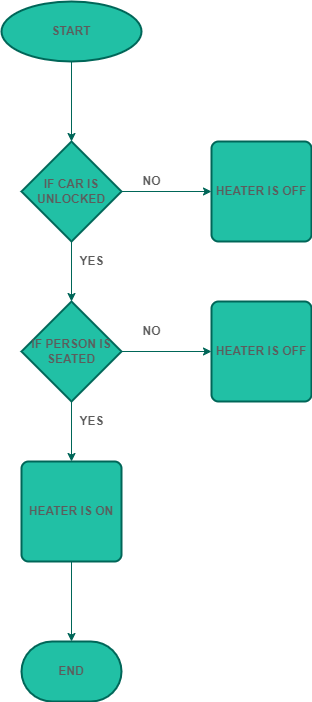
This is Untitled Diagram.drawio.png from Varsha-5/M2_Project_2022, a draw.io export, as it was before one commit. Source tidied: cells renumbered, new cells last; positions are measured from the earlier drawing's top-left corner, leaving out a move shared by most shapes. Source of this version:
```xml
<mxGraphModel>
  <root>
    <mxCell id="0" />
    <mxCell id="1" parent="0" />
    <mxCell id="2" style="edgeStyle=orthogonalEdgeStyle;rounded=0;jettySize=auto;html=1;strokeColor=#006658;fontColor=#5C5C5C;" parent="1" edge="1" source="3">
      <mxGeometry relative="1" as="geometry">
        <mxPoint x="70" y="140" as="targetPoint" />
      </mxGeometry>
    </mxCell>
    <mxCell id="3" value="START" style="strokeWidth=2;html=1;shape=mxgraph.flowchart.start_1;whiteSpace=wrap;fontStyle=1;fillColor=#21C0A5;strokeColor=#006658;fontColor=#5C5C5C;" parent="1" vertex="1">
      <mxGeometry width="140" height="60" as="geometry" />
    </mxCell>
    <mxCell id="4" style="edgeStyle=orthogonalEdgeStyle;rounded=0;jettySize=auto;html=1;strokeColor=#006658;fontColor=#5C5C5C;" parent="1" edge="1" source="6">
      <mxGeometry relative="1" as="geometry">
        <mxPoint x="210" y="190" as="targetPoint" />
      </mxGeometry>
    </mxCell>
    <mxCell id="5" style="edgeStyle=orthogonalEdgeStyle;rounded=0;jettySize=auto;html=1;exitX=0.5;exitY=1;exitDx=0;exitDy=0;exitPerimeter=0;strokeColor=#006658;fontColor=#5C5C5C;" parent="1" edge="1" source="6">
      <mxGeometry relative="1" as="geometry">
        <mxPoint x="70" y="300" as="targetPoint" />
      </mxGeometry>
    </mxCell>
    <mxCell id="6" value="IF CAR IS UNLOCKED" style="strokeWidth=2;html=1;shape=mxgraph.flowchart.decision;whiteSpace=wrap;fontStyle=1;fillColor=#21C0A5;strokeColor=#006658;fontColor=#5C5C5C;" parent="1" vertex="1">
      <mxGeometry x="20" y="140" width="100" height="100" as="geometry" />
    </mxCell>
    <mxCell id="7" style="edgeStyle=orthogonalEdgeStyle;rounded=0;jettySize=auto;html=1;exitX=1;exitY=0.5;exitDx=0;exitDy=0;exitPerimeter=0;strokeColor=#006658;fontColor=#5C5C5C;" parent="1" edge="1" source="9">
      <mxGeometry relative="1" as="geometry">
        <mxPoint x="210" y="350" as="targetPoint" />
      </mxGeometry>
    </mxCell>
    <mxCell id="8" style="edgeStyle=orthogonalEdgeStyle;rounded=0;jettySize=auto;html=1;exitX=0.5;exitY=1;exitDx=0;exitDy=0;exitPerimeter=0;strokeColor=#006658;fontColor=#5C5C5C;" parent="1" edge="1" source="9">
      <mxGeometry relative="1" as="geometry">
        <mxPoint x="70" y="460" as="targetPoint" />
      </mxGeometry>
    </mxCell>
    <mxCell id="9" value="IF PERSON IS SEATED" style="strokeWidth=2;html=1;shape=mxgraph.flowchart.decision;whiteSpace=wrap;fontStyle=1;fillColor=#21C0A5;strokeColor=#006658;fontColor=#5C5C5C;" parent="1" vertex="1">
      <mxGeometry x="20" y="300" width="100" height="100" as="geometry" />
    </mxCell>
    <mxCell id="10" style="edgeStyle=orthogonalEdgeStyle;rounded=0;jettySize=auto;html=1;exitX=0.5;exitY=1;exitDx=0;exitDy=0;entryX=0.5;entryY=0;entryDx=0;entryDy=0;entryPerimeter=0;strokeColor=#006658;fontColor=#5C5C5C;" parent="1" edge="1" source="11" target="14">
      <mxGeometry relative="1" as="geometry" />
    </mxCell>
    <mxCell id="11" value="HEATER IS ON" style="rounded=1;whiteSpace=wrap;html=1;absoluteArcSize=1;arcSize=14;strokeWidth=2;fontStyle=1;fillColor=#21C0A5;strokeColor=#006658;fontColor=#5C5C5C;" parent="1" vertex="1">
      <mxGeometry x="20" y="460" width="100" height="100" as="geometry" />
    </mxCell>
    <mxCell id="12" value="HEATER IS OFF" style="rounded=1;whiteSpace=wrap;html=1;absoluteArcSize=1;arcSize=14;strokeWidth=2;fontStyle=1;fillColor=#21C0A5;strokeColor=#006658;fontColor=#5C5C5C;" parent="1" vertex="1">
      <mxGeometry x="210" y="140" width="100" height="100" as="geometry" />
    </mxCell>
    <mxCell id="13" value="HEATER IS OFF" style="rounded=1;whiteSpace=wrap;html=1;absoluteArcSize=1;arcSize=14;strokeWidth=2;fontStyle=1;fillColor=#21C0A5;strokeColor=#006658;fontColor=#5C5C5C;" parent="1" vertex="1">
      <mxGeometry x="210" y="300" width="100" height="100" as="geometry" />
    </mxCell>
    <mxCell id="14" value="END" style="strokeWidth=2;html=1;shape=mxgraph.flowchart.terminator;whiteSpace=wrap;fontStyle=1;fillColor=#21C0A5;strokeColor=#006658;fontColor=#5C5C5C;" parent="1" vertex="1">
      <mxGeometry x="20" y="640" width="100" height="60" as="geometry" />
    </mxCell>
    <mxCell id="15" value="NO" style="text;html=1;align=center;verticalAlign=middle;strokeColor=none;fillColor=none;fontStyle=1;fontColor=#5C5C5C;" parent="1" vertex="1">
      <mxGeometry x="135" y="170" width="30" height="20" as="geometry" />
    </mxCell>
    <mxCell id="16" value="NO" style="text;html=1;align=center;verticalAlign=middle;strokeColor=none;fillColor=none;fontStyle=1;fontColor=#5C5C5C;" parent="1" vertex="1">
      <mxGeometry x="135" y="320" width="30" height="20" as="geometry" />
    </mxCell>
    <mxCell id="17" value="YES" style="text;html=1;align=center;verticalAlign=middle;strokeColor=none;fillColor=none;fontStyle=1;fontColor=#5C5C5C;" parent="1" vertex="1">
      <mxGeometry x="70" y="250" width="40" height="20" as="geometry" />
    </mxCell>
    <mxCell id="18" value="YES" style="text;html=1;align=center;verticalAlign=middle;strokeColor=none;fillColor=none;fontStyle=1;fontColor=#5C5C5C;" parent="1" vertex="1">
      <mxGeometry x="70" y="410" width="40" height="20" as="geometry" />
    </mxCell>
  </root>
</mxGraphModel>
```
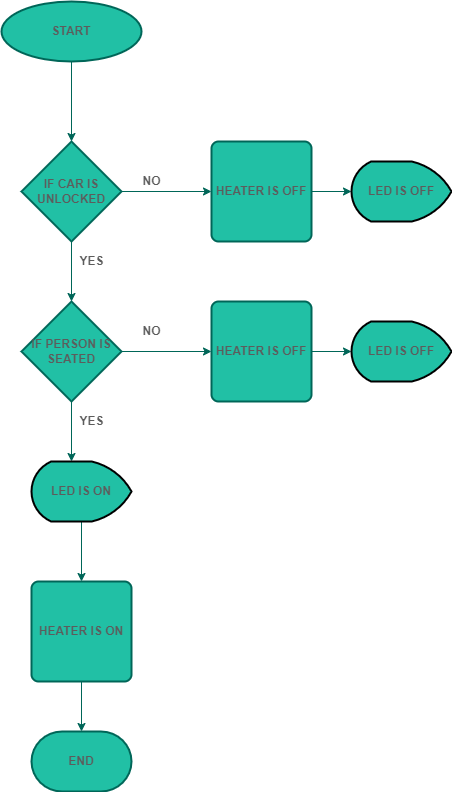
Above is the later version.

The edit, as a diff of the source:
```diff
@@ -40,16 +40,22 @@
       <mxGeometry relative="1" as="geometry" />
     </mxCell>
     <mxCell id="11" value="HEATER IS ON" style="rounded=1;whiteSpace=wrap;html=1;absoluteArcSize=1;arcSize=14;strokeWidth=2;fontStyle=1;fillColor=#21C0A5;strokeColor=#006658;fontColor=#5C5C5C;" parent="1" vertex="1">
-      <mxGeometry x="20" y="460" width="100" height="100" as="geometry" />
+      <mxGeometry x="30" y="580" width="100" height="100" as="geometry" />
     </mxCell>
+    <mxCell id="19" style="edgeStyle=orthogonalEdgeStyle;curved=0;rounded=1;sketch=0;jettySize=auto;html=1;exitX=1;exitY=0.5;exitDx=0;exitDy=0;entryX=1;entryY=0.5;entryDx=0;entryDy=0;entryPerimeter=0;fontColor=#5C5C5C;strokeColor=#006658;fillColor=#21C0A5;" parent="1" edge="1" source="12" target="21">
+      <mxGeometry relative="1" as="geometry" />
+    </mxCell>
     <mxCell id="12" value="HEATER IS OFF" style="rounded=1;whiteSpace=wrap;html=1;absoluteArcSize=1;arcSize=14;strokeWidth=2;fontStyle=1;fillColor=#21C0A5;strokeColor=#006658;fontColor=#5C5C5C;" parent="1" vertex="1">
       <mxGeometry x="210" y="140" width="100" height="100" as="geometry" />
     </mxCell>
+    <mxCell id="20" style="edgeStyle=orthogonalEdgeStyle;curved=0;rounded=1;sketch=0;jettySize=auto;html=1;exitX=1;exitY=0.5;exitDx=0;exitDy=0;entryX=1;entryY=0.5;entryDx=0;entryDy=0;entryPerimeter=0;fontColor=#5C5C5C;strokeColor=#006658;fillColor=#21C0A5;" parent="1" edge="1" source="13" target="22">
+      <mxGeometry relative="1" as="geometry" />
+    </mxCell>
     <mxCell id="13" value="HEATER IS OFF" style="rounded=1;whiteSpace=wrap;html=1;absoluteArcSize=1;arcSize=14;strokeWidth=2;fontStyle=1;fillColor=#21C0A5;strokeColor=#006658;fontColor=#5C5C5C;" parent="1" vertex="1">
       <mxGeometry x="210" y="300" width="100" height="100" as="geometry" />
     </mxCell>
     <mxCell id="14" value="END" style="strokeWidth=2;html=1;shape=mxgraph.flowchart.terminator;whiteSpace=wrap;fontStyle=1;fillColor=#21C0A5;strokeColor=#006658;fontColor=#5C5C5C;" parent="1" vertex="1">
-      <mxGeometry x="20" y="640" width="100" height="60" as="geometry" />
+      <mxGeometry x="30" y="730" width="100" height="60" as="geometry" />
     </mxCell>
     <mxCell id="15" value="NO" style="text;html=1;align=center;verticalAlign=middle;strokeColor=none;fillColor=none;fontStyle=1;fontColor=#5C5C5C;" parent="1" vertex="1">
       <mxGeometry x="135" y="170" width="30" height="20" as="geometry" />
@@ -63,5 +69,17 @@
     <mxCell id="18" value="YES" style="text;html=1;align=center;verticalAlign=middle;strokeColor=none;fillColor=none;fontStyle=1;fontColor=#5C5C5C;" parent="1" vertex="1">
       <mxGeometry x="70" y="410" width="40" height="20" as="geometry" />
     </mxCell>
+    <mxCell id="21" value="LED IS OFF" style="strokeWidth=2;html=1;shape=mxgraph.flowchart.display;whiteSpace=wrap;rounded=0;sketch=0;fontColor=#5C5C5C;fillColor=#21C0A5;direction=west;fontStyle=1;" parent="1" vertex="1">
+      <mxGeometry x="350" y="160" width="100" height="60" as="geometry" />
+    </mxCell>
+    <mxCell id="22" value="LED IS OFF" style="strokeWidth=2;html=1;shape=mxgraph.flowchart.display;whiteSpace=wrap;rounded=0;sketch=0;fontColor=#5C5C5C;fillColor=#21C0A5;direction=west;fontStyle=1;" parent="1" vertex="1">
+      <mxGeometry x="350" y="320" width="100" height="60" as="geometry" />
+    </mxCell>
+    <mxCell id="23" style="edgeStyle=orthogonalEdgeStyle;curved=0;rounded=1;sketch=0;jettySize=auto;html=1;exitX=0.5;exitY=0;exitDx=0;exitDy=0;exitPerimeter=0;entryX=0.5;entryY=0;entryDx=0;entryDy=0;fontColor=#5C5C5C;strokeColor=#006658;fillColor=#21C0A5;" parent="1" edge="1" source="24" target="11">
+      <mxGeometry relative="1" as="geometry" />
+    </mxCell>
+    <mxCell id="24" value="LED IS ON" style="strokeWidth=2;html=1;shape=mxgraph.flowchart.display;whiteSpace=wrap;rounded=0;sketch=0;fontColor=#5C5C5C;fillColor=#21C0A5;direction=west;fontStyle=1;" parent="1" vertex="1">
+      <mxGeometry x="30" y="460" width="100" height="60" as="geometry" />
+    </mxCell>
   </root>
 </mxGraphModel>
```
